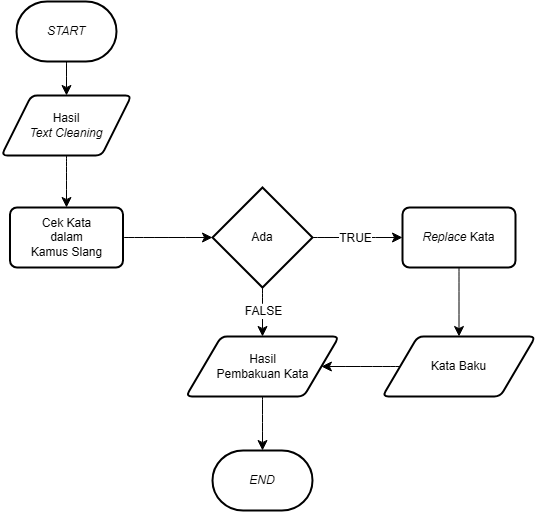
This is flowcharts/flowchart_pembakuan_kata.drawio.png from rfqma/skripsi, a draw.io export, as it was before one commit. Source tidied: cells renumbered, new cells last; positions are measured from the earlier drawing's top-left corner, leaving out a move shared by most shapes. Source of this version:
```xml
<mxGraphModel>
  <root>
    <mxCell id="0" />
    <mxCell id="1" parent="0" />
    <mxCell id="2" style="edgeStyle=none;curved=1;rounded=0;jettySize=auto;html=1;exitX=0.5;exitY=1;exitDx=0;exitDy=0;exitPerimeter=0;entryX=0.5;entryY=0;entryDx=0;entryDy=0;fontSize=12;startSize=8;endSize=8;" parent="1" edge="1" source="3" target="6">
      <mxGeometry relative="1" as="geometry" />
    </mxCell>
    <mxCell id="3" value="&lt;i&gt;START&lt;/i&gt;" style="strokeWidth=2;html=1;shape=mxgraph.flowchart.terminator;whiteSpace=wrap;" parent="1" vertex="1">
      <mxGeometry x="15" width="100" height="60" as="geometry" />
    </mxCell>
    <mxCell id="4" value="&lt;i&gt;END&lt;/i&gt;" style="strokeWidth=2;html=1;shape=mxgraph.flowchart.terminator;whiteSpace=wrap;" parent="1" vertex="1">
      <mxGeometry x="211" y="449" width="100" height="60" as="geometry" />
    </mxCell>
    <mxCell id="5" style="edgeStyle=none;curved=1;rounded=0;jettySize=auto;html=1;exitX=0.5;exitY=1;exitDx=0;exitDy=0;fontSize=12;startSize=8;endSize=8;" parent="1" edge="1" source="6" target="8">
      <mxGeometry relative="1" as="geometry" />
    </mxCell>
    <mxCell id="6" value="Hasil&lt;div&gt;&lt;i&gt;Text Cleaning&lt;/i&gt;&lt;/div&gt;" style="shape=parallelogram;html=1;strokeWidth=2;perimeter=parallelogramPerimeter;whiteSpace=wrap;rounded=1;arcSize=12;size=0.23;" parent="1" vertex="1">
      <mxGeometry y="94" width="130" height="60" as="geometry" />
    </mxCell>
    <mxCell id="7" value="Hasil&lt;div&gt;Pembakuan Kata&lt;/div&gt;" style="shape=parallelogram;html=1;strokeWidth=2;perimeter=parallelogramPerimeter;whiteSpace=wrap;rounded=1;arcSize=12;size=0.23;" parent="1" vertex="1">
      <mxGeometry x="184.5" y="335" width="153" height="60" as="geometry" />
    </mxCell>
    <mxCell id="8" value="Cek Kata&lt;div&gt;dalam&lt;/div&gt;&lt;div&gt;Kamus Slang&lt;/div&gt;" style="rounded=1;whiteSpace=wrap;html=1;absoluteArcSize=1;arcSize=14;strokeWidth=2;" parent="1" vertex="1">
      <mxGeometry x="8.5" y="206" width="113" height="60" as="geometry" />
    </mxCell>
    <mxCell id="9" style="edgeStyle=none;curved=1;rounded=0;jettySize=auto;html=1;exitX=0.5;exitY=1;exitDx=0;exitDy=0;exitPerimeter=0;entryX=0.5;entryY=0;entryDx=0;entryDy=0;fontSize=12;startSize=8;endSize=8;" parent="1" edge="1" source="13" target="7">
      <mxGeometry relative="1" as="geometry" />
    </mxCell>
    <mxCell id="10" value="FALSE" style="edgeLabel;html=1;align=center;verticalAlign=middle;fontSize=12;" parent="9" vertex="1">
      <mxGeometry x="-0.06" relative="1" as="geometry" />
    </mxCell>
    <mxCell id="11" style="edgeStyle=none;curved=1;rounded=0;jettySize=auto;html=1;exitX=1;exitY=0.5;exitDx=0;exitDy=0;exitPerimeter=0;entryX=0;entryY=0.5;entryDx=0;entryDy=0;fontSize=12;startSize=8;endSize=8;" parent="1" edge="1" source="13" target="17">
      <mxGeometry relative="1" as="geometry" />
    </mxCell>
    <mxCell id="12" value="TRUE" style="edgeLabel;html=1;align=center;verticalAlign=middle;fontSize=12;" parent="11" vertex="1">
      <mxGeometry x="-0.05" relative="1" as="geometry" />
    </mxCell>
    <mxCell id="13" value="Ada" style="strokeWidth=2;html=1;shape=mxgraph.flowchart.decision;whiteSpace=wrap;" parent="1" vertex="1">
      <mxGeometry x="211" y="186" width="100" height="100" as="geometry" />
    </mxCell>
    <mxCell id="14" style="edgeStyle=none;curved=1;rounded=0;jettySize=auto;html=1;exitX=1;exitY=0.5;exitDx=0;exitDy=0;entryX=0;entryY=0.5;entryDx=0;entryDy=0;entryPerimeter=0;fontSize=12;startSize=8;endSize=8;" parent="1" edge="1" source="8" target="13">
      <mxGeometry relative="1" as="geometry" />
    </mxCell>
    <mxCell id="15" style="edgeStyle=none;curved=1;rounded=0;jettySize=auto;html=1;exitX=0.5;exitY=1;exitDx=0;exitDy=0;entryX=0.5;entryY=0;entryDx=0;entryDy=0;entryPerimeter=0;fontSize=12;startSize=8;endSize=8;" parent="1" edge="1" source="7" target="4">
      <mxGeometry relative="1" as="geometry" />
    </mxCell>
    <mxCell id="16" style="edgeStyle=none;curved=1;rounded=0;jettySize=auto;html=1;exitX=0.5;exitY=1;exitDx=0;exitDy=0;entryX=0.5;entryY=0;entryDx=0;entryDy=0;fontSize=12;startSize=8;endSize=8;" parent="1" edge="1" source="17" target="19">
      <mxGeometry relative="1" as="geometry" />
    </mxCell>
    <mxCell id="17" value="&lt;i&gt;Replace &lt;/i&gt;Kata" style="rounded=1;whiteSpace=wrap;html=1;absoluteArcSize=1;arcSize=14;strokeWidth=2;" parent="1" vertex="1">
      <mxGeometry x="401" y="206" width="113" height="60" as="geometry" />
    </mxCell>
    <mxCell id="18" style="edgeStyle=none;curved=1;rounded=0;jettySize=auto;html=1;exitX=0;exitY=0.5;exitDx=0;exitDy=0;entryX=1;entryY=0.5;entryDx=0;entryDy=0;fontSize=12;startSize=8;endSize=8;" parent="1" edge="1" source="19" target="7">
      <mxGeometry relative="1" as="geometry" />
    </mxCell>
    <mxCell id="19" value="Kata Baku" style="shape=parallelogram;html=1;strokeWidth=2;perimeter=parallelogramPerimeter;whiteSpace=wrap;rounded=1;arcSize=12;size=0.23;" parent="1" vertex="1">
      <mxGeometry x="381" y="335" width="153" height="60" as="geometry" />
    </mxCell>
  </root>
</mxGraphModel>
```
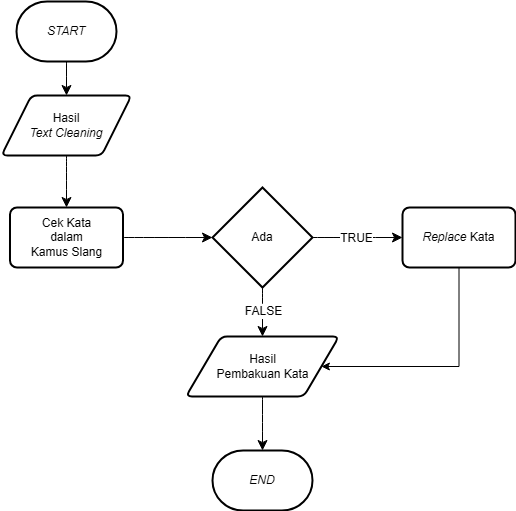
The same file after the commit.

What changed in the source:
```diff
@@ -44,17 +44,15 @@
     <mxCell id="15" style="edgeStyle=none;curved=1;rounded=0;jettySize=auto;html=1;exitX=0.5;exitY=1;exitDx=0;exitDy=0;entryX=0.5;entryY=0;entryDx=0;entryDy=0;entryPerimeter=0;fontSize=12;startSize=8;endSize=8;" parent="1" edge="1" source="7" target="4">
       <mxGeometry relative="1" as="geometry" />
     </mxCell>
-    <mxCell id="16" style="edgeStyle=none;curved=1;rounded=0;jettySize=auto;html=1;exitX=0.5;exitY=1;exitDx=0;exitDy=0;entryX=0.5;entryY=0;entryDx=0;entryDy=0;fontSize=12;startSize=8;endSize=8;" parent="1" edge="1" source="17" target="19">
-      <mxGeometry relative="1" as="geometry" />
+    <mxCell id="16" style="edgeStyle=orthogonalEdgeStyle;rounded=0;jettySize=auto;html=1;exitX=0.5;exitY=1;exitDx=0;exitDy=0;entryX=1;entryY=0.5;entryDx=0;entryDy=0;fontSize=12;" parent="1" edge="1" source="17" target="7">
+      <mxGeometry relative="1" as="geometry">
+        <Array as="points">
+          <mxPoint x="458" y="365" />
+        </Array>
+      </mxGeometry>
     </mxCell>
     <mxCell id="17" value="&lt;i&gt;Replace &lt;/i&gt;Kata" style="rounded=1;whiteSpace=wrap;html=1;absoluteArcSize=1;arcSize=14;strokeWidth=2;" parent="1" vertex="1">
       <mxGeometry x="401" y="206" width="113" height="60" as="geometry" />
     </mxCell>
-    <mxCell id="18" style="edgeStyle=none;curved=1;rounded=0;jettySize=auto;html=1;exitX=0;exitY=0.5;exitDx=0;exitDy=0;entryX=1;entryY=0.5;entryDx=0;entryDy=0;fontSize=12;startSize=8;endSize=8;" parent="1" edge="1" source="19" target="7">
-      <mxGeometry relative="1" as="geometry" />
-    </mxCell>
-    <mxCell id="19" value="Kata Baku" style="shape=parallelogram;html=1;strokeWidth=2;perimeter=parallelogramPerimeter;whiteSpace=wrap;rounded=1;arcSize=12;size=0.23;" parent="1" vertex="1">
-      <mxGeometry x="381" y="335" width="153" height="60" as="geometry" />
-    </mxCell>
   </root>
 </mxGraphModel>
```
